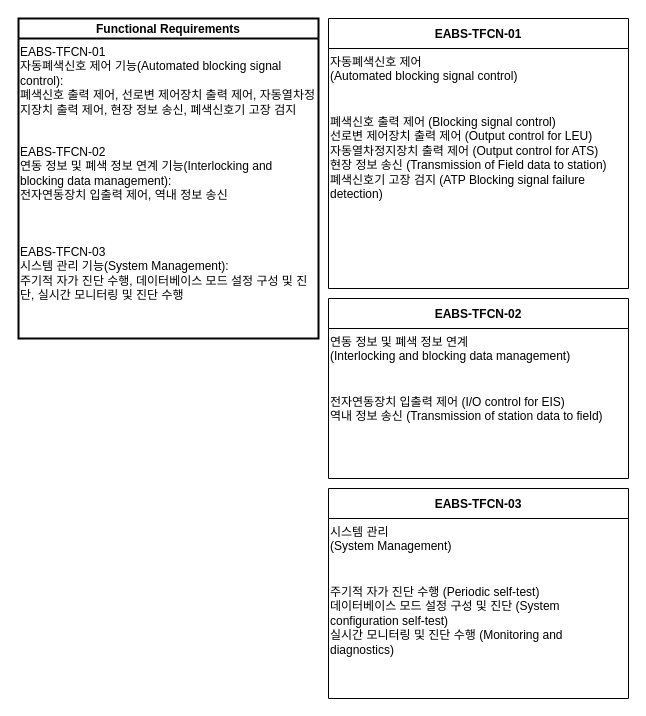
The draw.io diagram page "Functional Requirements" (4 of 14) of EABS_SIL4/FCPU/SRS_to_Block_Diagram00.drawio in chillin2/MyDraw.io, before the edit. Source tidied: cells renumbered, new cells numbered last; positions are measured from the earlier drawing's top-left corner, leaving out a move shared by most shapes. Both pictures are drawn from the tidied source at 100%, with x=0, y=0 at pixel (18, 18).
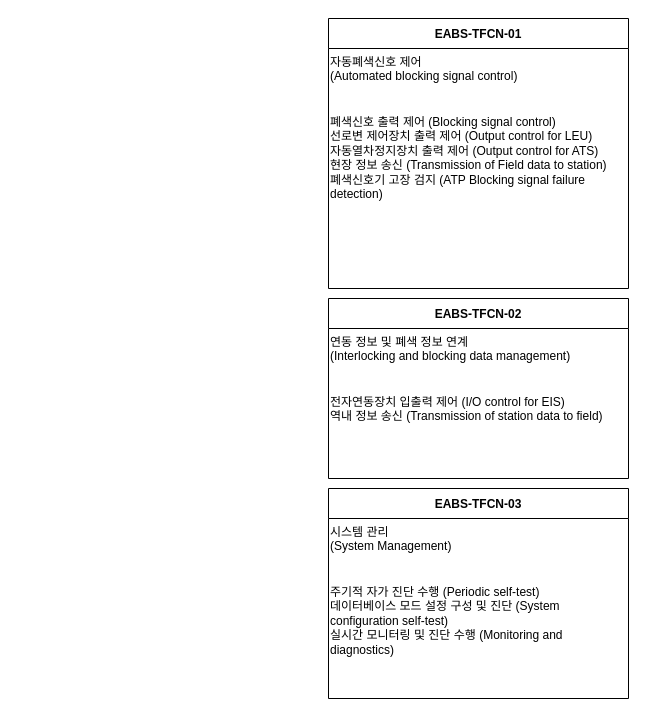
Above is the later version.

Change to the diagram source:
```diff
@@
 <mxGraphModel>
   <root>
     <mxCell id="0" />
     <mxCell id="1" parent="0" />
-    <mxCell id="2" value="Functional Requirements" style="swimlane;horizontal=1;startSize=20;strokeWidth=2;" parent="1" vertex="1">
-      <mxGeometry width="300" height="320" as="geometry" />
-    </mxCell>
-    <mxCell id="3" value="EABS-TFCN-01&#10;자동폐색신호 제어 기능(Automated blocking signal control):&#10;폐색신호 출력 제어, 선로변 제어장치 출력 제어, 자동열차정지장치 출력 제어, 현장 정보 송신, 폐색신호기 고장 검지" style="text;strokeColor=none;fillColor=none;whiteSpace=wrap;" parent="2" vertex="1">
-      <mxGeometry y="20" width="300" height="100" as="geometry" />
-    </mxCell>
-    <mxCell id="4" value="EABS-TFCN-02&#10;연동 정보 및 폐색 정보 연계 기능(Interlocking and blocking data management):&#10;전자연동장치 입출력 제어, 역내 정보 송신" style="text;strokeColor=none;fillColor=none;whiteSpace=wrap;" parent="2" vertex="1">
-      <mxGeometry y="120" width="300" height="100" as="geometry" />
-    </mxCell>
-    <mxCell id="5" value="EABS-TFCN-03&#10;시스템 관리 기능(System Management):&#10;주기적 자가 진단 수행, 데이터베이스 모드 설정 구성 및 진단, 실시간 모니터링 및 진단 수행" style="text;strokeColor=none;fillColor=none;whiteSpace=wrap;" parent="2" vertex="1">
-      <mxGeometry y="220" width="300" height="100" as="geometry" />
-    </mxCell>
     <mxCell id="6" value="EABS-TFCN-01" style="swimlane;horizontal=1;startSize=30;" parent="1" vertex="1">
       <mxGeometry x="310" width="300" height="270" as="geometry" />
     </mxCell>
     <mxCell id="7" value="자동폐색신호 제어&#10;(Automated blocking signal control)" style="text;strokeColor=none;fillColor=none;whiteSpace=wrap;" parent="6" vertex="1">
       <mxGeometry y="30" width="300" height="60" as="geometry" />
     </mxCell>
     <mxCell id="8" value="폐색신호 출력 제어 (Blocking signal control)&#10;선로변 제어장치 출력 제어 (Output control for LEU)&#10;자동열차정지장치 출력 제어 (Output control for ATS)&#10;현장 정보 송신 (Transmission of Field data to station)&#10;폐색신호기 고장 검지 (ATP Blocking signal failure detection)" style="text;strokeColor=none;fillColor=none;whiteSpace=wrap;" parent="6" vertex="1">
       <mxGeometry y="90" width="300" height="180" as="geometry" />
     </mxCell>
     <mxCell id="9" value="EABS-TFCN-02" style="swimlane;horizontal=1;startSize=30;" parent="1" vertex="1">
       <mxGeometry x="310" y="280" width="300" height="180" as="geometry" />
     </mxCell>
     <mxCell id="10" value="연동 정보 및 폐색 정보 연계&#10;(Interlocking and blocking data management)" style="text;strokeColor=none;fillColor=none;whiteSpace=wrap;" parent="9" vertex="1">
       <mxGeometry y="30" width="300" height="60" as="geometry" />
     </mxCell>
     <mxCell id="11" value="전자연동장치 입출력 제어 (I/O control for EIS)&#10;역내 정보 송신 (Transmission of station data to field)" style="text;strokeColor=none;fillColor=none;whiteSpace=wrap;" parent="9" vertex="1">
       <mxGeometry y="90" width="300" height="90" as="geometry" />
     </mxCell>
     <mxCell id="12" value="EABS-TFCN-03" style="swimlane;horizontal=1;startSize=30;" parent="1" vertex="1">
       <mxGeometry x="310" y="470" width="300" height="210" as="geometry" />
     </mxCell>
     <mxCell id="13" value="시스템 관리&#10;(System Management)" style="text;strokeColor=none;fillColor=none;whiteSpace=wrap;" parent="12" vertex="1">
       <mxGeometry y="30" width="300" height="60" as="geometry" />
     </mxCell>
     <mxCell id="14" value="주기적 자가 진단 수행 (Periodic self-test)&#10;데이터베이스 모드 설정 구성 및 진단 (System configuration self-test)&#10;실시간 모니터링 및 진단 수행 (Monitoring and diagnostics)" style="text;strokeColor=none;fillColor=none;whiteSpace=wrap;" parent="12" vertex="1">
       <mxGeometry y="90" width="300" height="120" as="geometry" />
     </mxCell>
   </root>
 </mxGraphModel>
```
